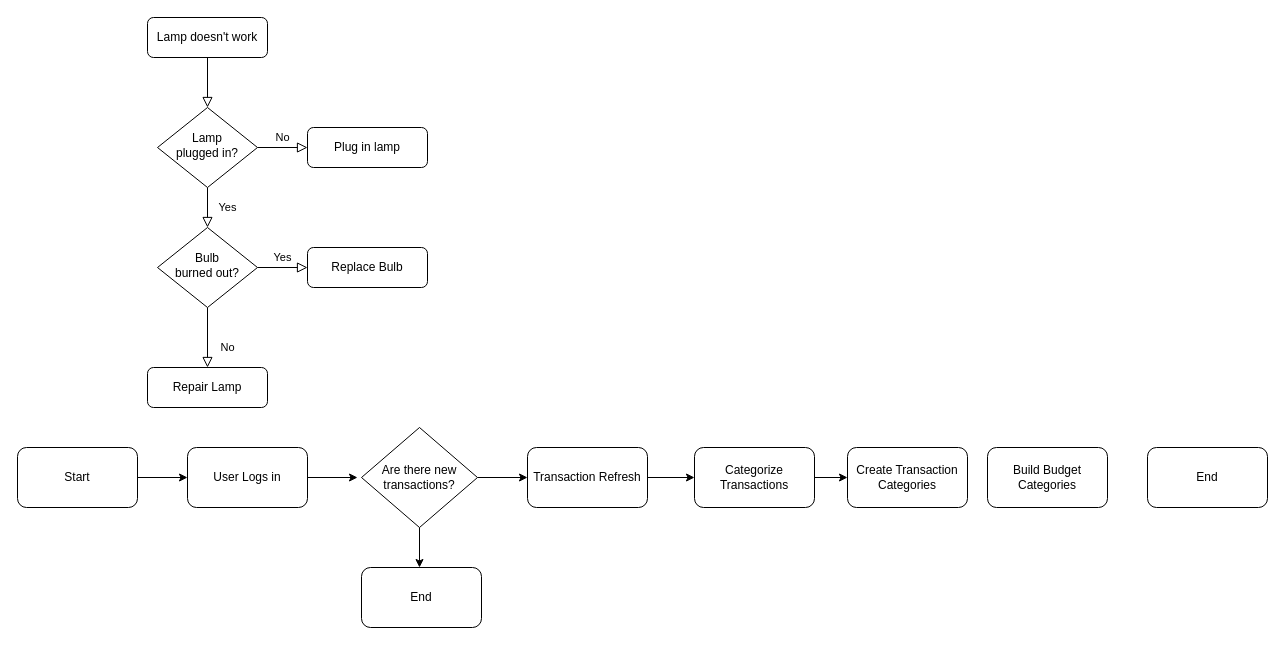
AKing982/BudgetBuddy keeps this draw.io diagram as BudgetBuddy Main Flow.drawio. Above is the earlier version. Source tidied: cells renumbered, new cells numbered last; positions are measured from the earlier drawing's top-left corner, leaving out a move shared by most shapes. Both pictures are drawn from the tidied source at 100%, with x=0, y=0 at pixel (17, 17).
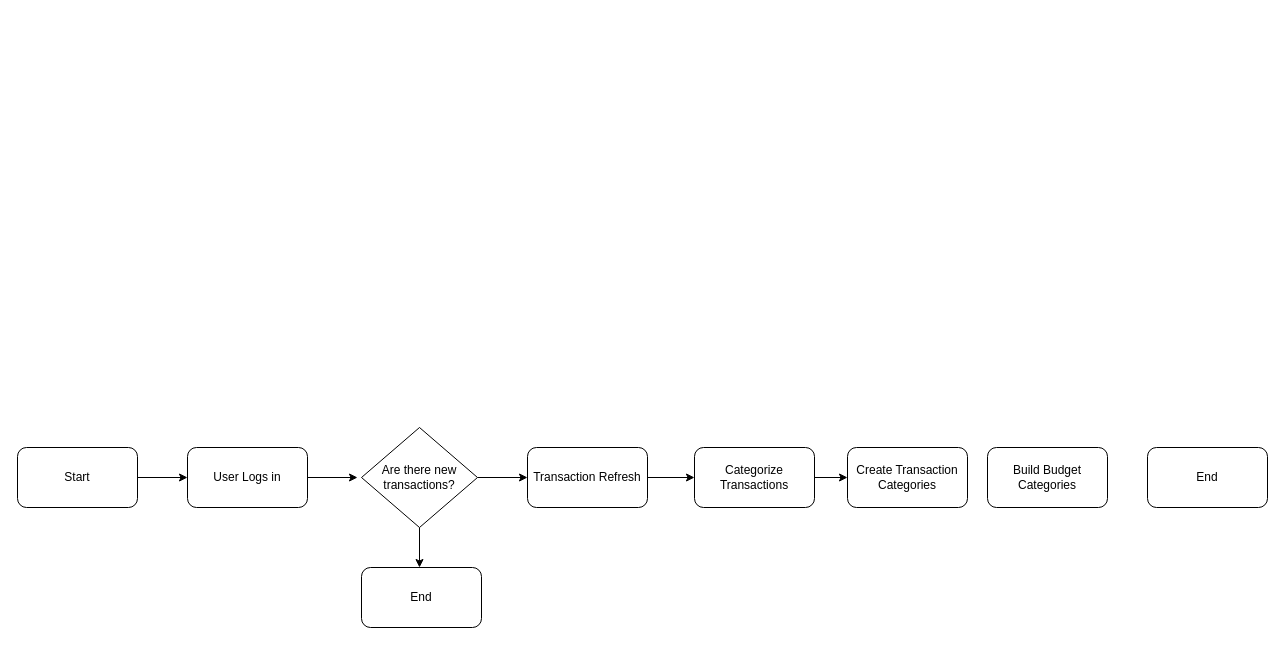
Above is the later version.

Change to the diagram source:
```diff
@@
-    <mxCell id="2" style="rounded=0;html=1;jettySize=auto;fontSize=11;endArrow=block;endFill=0;endSize=8;strokeWidth=1;shadow=0;labelBackgroundColor=none;edgeStyle=orthogonalEdgeStyle;" parent="1" edge="1" source="3" target="6">
-      <mxGeometry relative="1" as="geometry" />
-    </mxCell>
-    <mxCell id="3" value="Lamp doesn't work" style="rounded=1;whiteSpace=wrap;html=1;fontSize=12;glass=0;strokeWidth=1;shadow=0;" parent="1" vertex="1">
-      <mxGeometry x="130" width="120" height="40" as="geometry" />
-    </mxCell>
-    <mxCell id="4" value="Yes" style="rounded=0;html=1;jettySize=auto;fontSize=11;endArrow=block;endFill=0;endSize=8;strokeWidth=1;shadow=0;labelBackgroundColor=none;edgeStyle=orthogonalEdgeStyle;" parent="1" edge="1" source="6" target="10">
-      <mxGeometry y="20" relative="1" as="geometry" />
-    </mxCell>
-    <mxCell id="5" value="No" style="edgeStyle=orthogonalEdgeStyle;rounded=0;html=1;jettySize=auto;fontSize=11;endArrow=block;endFill=0;endSize=8;strokeWidth=1;shadow=0;labelBackgroundColor=none;" parent="1" edge="1" source="6" target="7">
-      <mxGeometry y="10" relative="1" as="geometry" />
-    </mxCell>
-    <mxCell id="6" value="Lamp&lt;br&gt;plugged in?" style="rhombus;whiteSpace=wrap;html=1;shadow=0;fontFamily=Helvetica;fontSize=12;align=center;strokeWidth=1;spacing=6;spacingTop=-4;" parent="1" vertex="1">
-      <mxGeometry x="140" y="90" width="100" height="80" as="geometry" />
-    </mxCell>
-    <mxCell id="7" value="Plug in lamp" style="rounded=1;whiteSpace=wrap;html=1;fontSize=12;glass=0;strokeWidth=1;shadow=0;" parent="1" vertex="1">
-      <mxGeometry x="290" y="110" width="120" height="40" as="geometry" />
-    </mxCell>
-    <mxCell id="8" value="No" style="rounded=0;html=1;jettySize=auto;fontSize=11;endArrow=block;endFill=0;endSize=8;strokeWidth=1;shadow=0;labelBackgroundColor=none;edgeStyle=orthogonalEdgeStyle;" parent="1" edge="1" source="10" target="11">
-      <mxGeometry x="0.33" y="20" relative="1" as="geometry" />
-    </mxCell>
-    <mxCell id="9" value="Yes" style="edgeStyle=orthogonalEdgeStyle;rounded=0;html=1;jettySize=auto;fontSize=11;endArrow=block;endFill=0;endSize=8;strokeWidth=1;shadow=0;labelBackgroundColor=none;" parent="1" edge="1" source="10" target="12">
-      <mxGeometry y="10" relative="1" as="geometry" />
-    </mxCell>
-    <mxCell id="10" value="Bulb&lt;br&gt;burned out?" style="rhombus;whiteSpace=wrap;html=1;shadow=0;fontFamily=Helvetica;fontSize=12;align=center;strokeWidth=1;spacing=6;spacingTop=-4;" parent="1" vertex="1">
-      <mxGeometry x="140" y="210" width="100" height="80" as="geometry" />
-    </mxCell>
-    <mxCell id="11" value="Repair Lamp" style="rounded=1;whiteSpace=wrap;html=1;fontSize=12;glass=0;strokeWidth=1;shadow=0;" parent="1" vertex="1">
-      <mxGeometry x="130" y="350" width="120" height="40" as="geometry" />
-    </mxCell>
-    <mxCell id="12" value="Replace Bulb" style="rounded=1;whiteSpace=wrap;html=1;fontSize=12;glass=0;strokeWidth=1;shadow=0;" parent="1" vertex="1">
-      <mxGeometry x="290" y="230" width="120" height="40" as="geometry" />
-    </mxCell>
```
